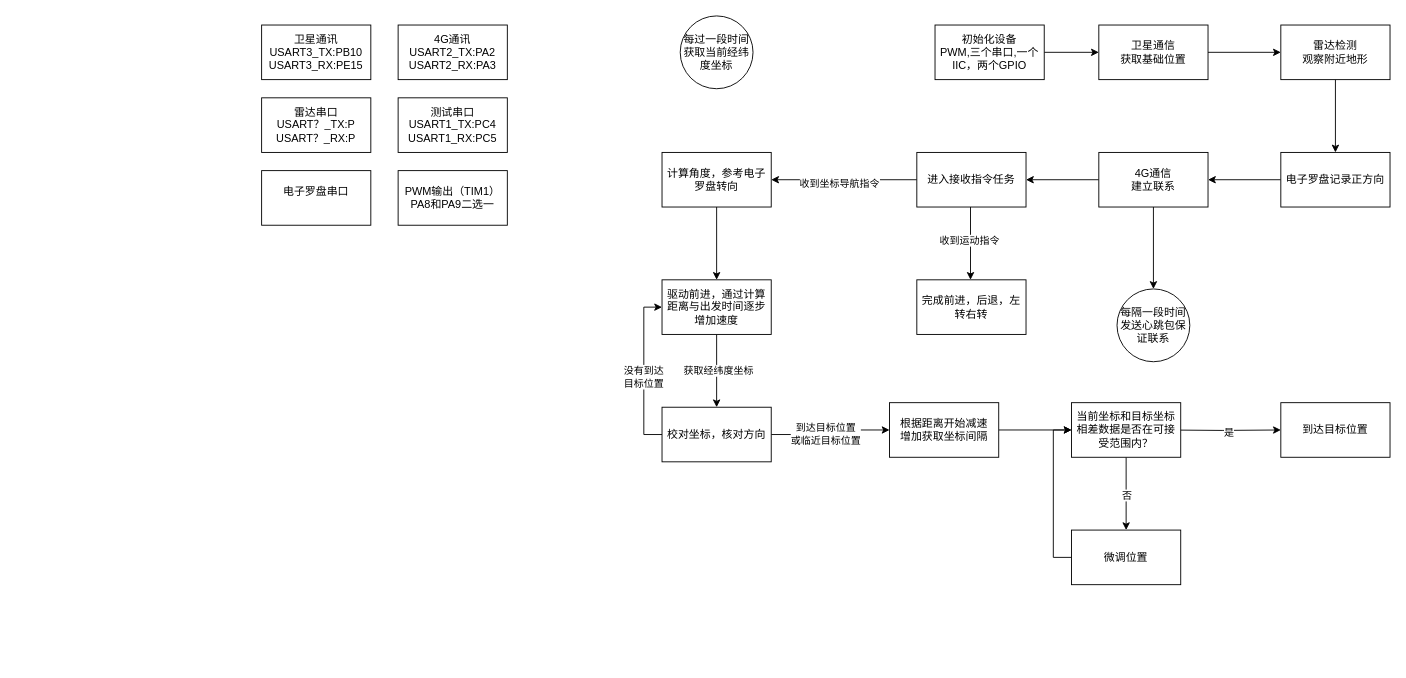
lawrancess/mind_mapping keeps this draw.io diagram as 无人船.drawio. Above is the earlier version. Source tidied: cells renumbered, new cells numbered last; positions are measured from the earlier drawing's top-left corner, leaving out a move shared by most shapes. Both pictures are drawn from the tidied source at 91%, with x=0, y=0 at pixel (261, 15).
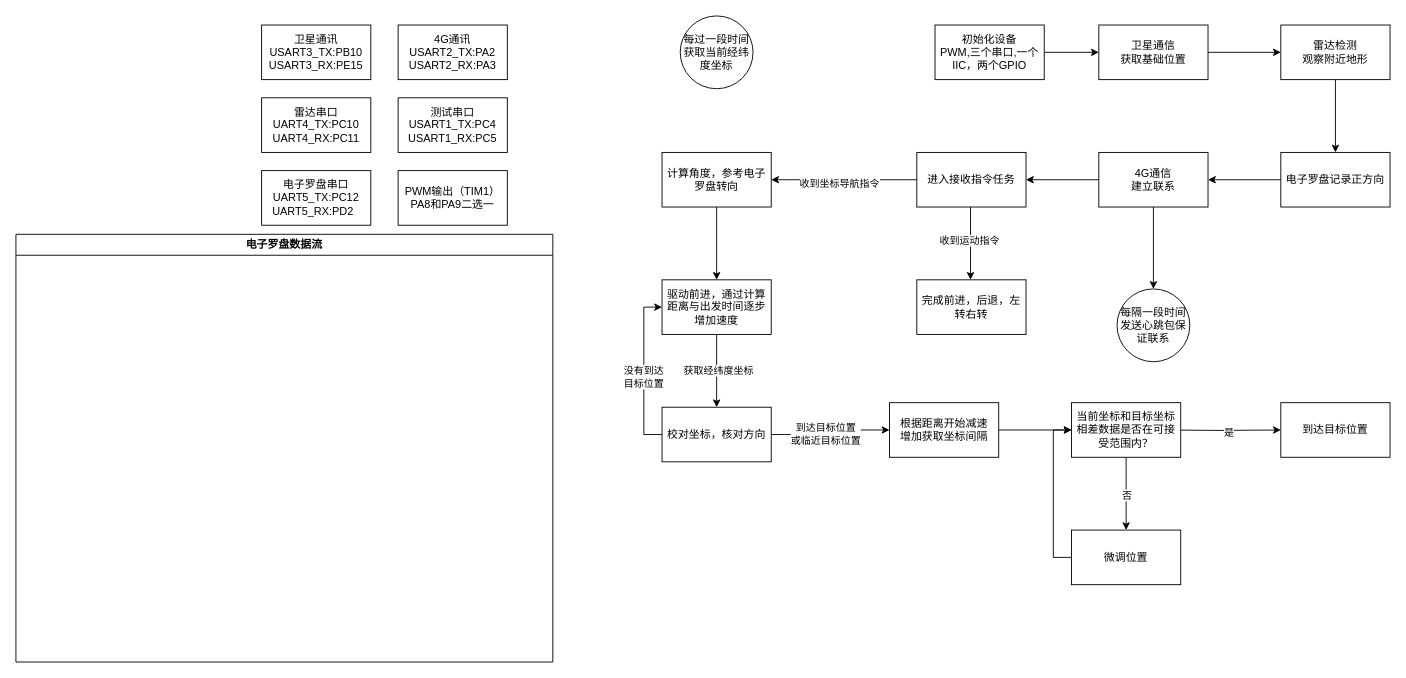
The same page after the edit.

Commit message:
更新无人船.drawio

The edit, as a diff of the source:
```diff
@@
-    <mxCell id="45" value="&lt;div&gt;雷达串口&lt;/div&gt;USART？_TX:P&lt;div&gt;&lt;span style=&quot;background-color: transparent; color: light-dark(rgb(0, 0, 0), rgb(255, 255, 255));&quot;&gt;USART？_RX:P&lt;/span&gt;&lt;/div&gt;" style="rounded=0;whiteSpace=wrap;html=1;" parent="1" vertex="1">
+    <mxCell id="45" value="&lt;div&gt;雷达串口&lt;/div&gt;UART4_TX:PC10&lt;div&gt;&lt;span style=&quot;background-color: transparent; color: light-dark(rgb(0, 0, 0), rgb(255, 255, 255));&quot;&gt;UART4_RX:PC11&lt;/span&gt;&lt;/div&gt;" style="rounded=0;whiteSpace=wrap;html=1;" parent="1" vertex="1">
       <mxGeometry y="90" width="120" height="60" as="geometry" />
     </mxCell>
-    <mxCell id="46" value="电子罗盘&lt;span style=&quot;background-color: transparent; color: light-dark(rgb(0, 0, 0), rgb(255, 255, 255));&quot;&gt;串口&lt;/span&gt;&lt;div&gt;&lt;span style=&quot;background-color: transparent; color: light-dark(rgb(0, 0, 0), rgb(255, 255, 255));&quot;&gt;&lt;br&gt;&lt;/span&gt;&lt;/div&gt;" style="whiteSpace=wrap;html=1;" parent="1" vertex="1">
+    <mxCell id="46" value="电子罗盘&lt;span style=&quot;background-color: transparent; color: light-dark(rgb(0, 0, 0), rgb(255, 255, 255));&quot;&gt;串口&lt;/span&gt;&lt;div&gt;&lt;span style=&quot;background-color: transparent; color: light-dark(rgb(0, 0, 0), rgb(255, 255, 255));&quot;&gt;UART5_TX:PC12&lt;/span&gt;&lt;/div&gt;&lt;div&gt;&lt;span style=&quot;background-color: transparent; color: light-dark(rgb(0, 0, 0), rgb(255, 255, 255));&quot;&gt;UART5_RX:PD2&amp;nbsp;&amp;nbsp;&lt;/span&gt;&lt;/div&gt;" style="whiteSpace=wrap;html=1;" parent="1" vertex="1">
       <mxGeometry y="170" width="120" height="60" as="geometry" />
     </mxCell>
+    <mxCell id="47" value="电子罗盘数据流" style="swimlane;whiteSpace=wrap;html=1;" parent="1" vertex="1">
+      <mxGeometry x="-270" y="240" width="590" height="470" as="geometry" />
+    </mxCell>
```
